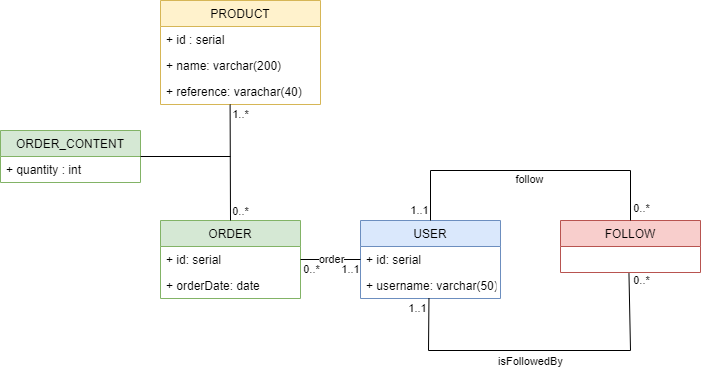
The draw.io diagram doc/sql/sql_db.drawio.png in KontainPluton/tp_nosql_vs_sql, before a commit. Source tidied: cells renumbered, new cells last; positions are measured from the earlier drawing's top-left corner, leaving out a move shared by most shapes. The source it was exported from:
```xml
<mxGraphModel>
  <root>
    <mxCell id="0" />
    <mxCell id="1" parent="0" />
    <mxCell id="2" value="USER" style="swimlane;fontStyle=0;horizontal=1;startSize=26;fillColor=#dae8fc;strokeColor=#6c8ebf;" parent="1" vertex="1">
      <mxGeometry x="360" y="220" width="140" height="78" as="geometry" />
    </mxCell>
    <mxCell id="3" value="+ id: serial" style="text;strokeColor=none;fillColor=none;align=left;verticalAlign=top;spacingLeft=4;spacingRight=4;overflow=hidden;points=[[0,0.5],[1,0.5]];portConstraint=eastwest;" parent="2" vertex="1">
      <mxGeometry y="26" width="140" height="26" as="geometry" />
    </mxCell>
    <mxCell id="4" value="+ username: varchar(50)" style="text;strokeColor=none;fillColor=none;align=left;verticalAlign=top;spacingLeft=4;spacingRight=4;overflow=hidden;points=[[0,0.5],[1,0.5]];portConstraint=eastwest;" parent="2" vertex="1">
      <mxGeometry y="52" width="140" height="26" as="geometry" />
    </mxCell>
    <mxCell id="5" value="FOLLOW" style="swimlane;fontStyle=0;horizontal=1;startSize=26;fillColor=#f8cecc;strokeColor=#b85450;" parent="1" vertex="1">
      <mxGeometry x="560" y="220" width="140" height="52" as="geometry" />
    </mxCell>
    <mxCell id="6" value="PRODUCT" style="swimlane;fontStyle=0;horizontal=1;startSize=26;fillColor=#fff2cc;strokeColor=#d6b656;" parent="1" vertex="1">
      <mxGeometry x="160" width="160" height="104" as="geometry" />
    </mxCell>
    <mxCell id="7" value="+ id : serial" style="text;strokeColor=none;fillColor=none;align=left;verticalAlign=top;spacingLeft=4;spacingRight=4;overflow=hidden;" parent="6" vertex="1">
      <mxGeometry y="26" width="160" height="26" as="geometry" />
    </mxCell>
    <mxCell id="8" value="+ name: varchar(200)" style="text;strokeColor=none;fillColor=none;align=left;verticalAlign=top;spacingLeft=4;spacingRight=4;overflow=hidden;" parent="6" vertex="1">
      <mxGeometry y="52" width="160" height="26" as="geometry" />
    </mxCell>
    <mxCell id="9" value="+ reference: varachar(40)" style="text;strokeColor=none;fillColor=none;align=left;verticalAlign=top;spacingLeft=4;spacingRight=4;overflow=hidden;points=[[0,0.5],[1,0.5]];portConstraint=eastwest;" parent="6" vertex="1">
      <mxGeometry y="78" width="160" height="26" as="geometry" />
    </mxCell>
    <mxCell id="10" value="ORDER" style="swimlane;fontStyle=0;horizontal=1;startSize=26;fillColor=#d5e8d4;strokeColor=#82b366;" parent="1" vertex="1">
      <mxGeometry x="160" y="220" width="140" height="78" as="geometry" />
    </mxCell>
    <mxCell id="11" value="+ id: serial" style="text;strokeColor=none;fillColor=none;align=left;verticalAlign=top;spacingLeft=4;spacingRight=4;overflow=hidden;points=[[0,0.5],[1,0.5]];portConstraint=eastwest;" parent="10" vertex="1">
      <mxGeometry y="26" width="140" height="26" as="geometry" />
    </mxCell>
    <mxCell id="12" value="+ orderDate: date" style="text;strokeColor=none;fillColor=none;align=left;verticalAlign=top;spacingLeft=4;spacingRight=4;overflow=hidden;" parent="10" vertex="1">
      <mxGeometry y="52" width="140" height="26" as="geometry" />
    </mxCell>
    <mxCell id="13" style="endArrow=none;html=1;rounded=0;entryX=0.5;entryY=0;entryDx=0;entryDy=0;exitX=0.5;exitY=0;exitDx=0;exitDy=0;" parent="1" edge="1" source="5" target="2">
      <mxGeometry relative="1" as="geometry">
        <Array as="points">
          <mxPoint x="630" y="170" />
          <mxPoint x="430" y="170" />
        </Array>
      </mxGeometry>
    </mxCell>
    <mxCell id="14" value="follow" style="edgeLabel;html=1;align=center;verticalAlign=middle;" parent="13" vertex="1">
      <mxGeometry x="-0.07" y="-2" relative="1" as="geometry">
        <mxPoint x="-12" y="10" as="offset" />
      </mxGeometry>
    </mxCell>
    <mxCell id="15" value="0..*" style="edgeLabel;html=1;align=center;verticalAlign=middle;" parent="13" vertex="1">
      <mxGeometry x="-0.91" y="-1" relative="1" as="geometry">
        <mxPoint x="9" as="offset" />
      </mxGeometry>
    </mxCell>
    <mxCell id="16" value="1..1" style="edgeLabel;html=1;align=center;verticalAlign=middle;" parent="13" vertex="1">
      <mxGeometry x="0.89" y="1" relative="1" as="geometry">
        <mxPoint x="-13" y="6" as="offset" />
      </mxGeometry>
    </mxCell>
    <mxCell id="17" style="endArrow=none;html=1;rounded=0;exitX=0.489;exitY=1.038;exitDx=0;exitDy=0;exitPerimeter=0;entryX=0.489;entryY=0.992;entryDx=0;entryDy=0;entryPerimeter=0;" parent="1" edge="1" target="4">
      <mxGeometry relative="1" as="geometry">
        <mxPoint x="628.5" y="273" as="sourcePoint" />
        <Array as="points">
          <mxPoint x="630" y="350" />
          <mxPoint x="428" y="350" />
        </Array>
      </mxGeometry>
    </mxCell>
    <mxCell id="18" value="isFollowedBy" style="edgeLabel;html=1;align=center;verticalAlign=middle;" parent="17" vertex="1">
      <mxGeometry x="-0.02" y="4" relative="1" as="geometry">
        <mxPoint x="-16" y="6" as="offset" />
      </mxGeometry>
    </mxCell>
    <mxCell id="19" value="0..*" style="edgeLabel;html=1;align=center;verticalAlign=middle;" parent="17" vertex="1">
      <mxGeometry x="-0.84" relative="1" as="geometry">
        <mxPoint x="12" y="-19" as="offset" />
      </mxGeometry>
    </mxCell>
    <mxCell id="20" value="1..1" style="edgeLabel;html=1;align=center;verticalAlign=middle;" parent="17" vertex="1">
      <mxGeometry x="0.9" y="-4" relative="1" as="geometry">
        <mxPoint x="-16" y="-7" as="offset" />
      </mxGeometry>
    </mxCell>
    <mxCell id="21" value="ORDER_CONTENT" style="swimlane;fontStyle=0;horizontal=1;startSize=26;fillColor=#d5e8d4;strokeColor=#82b366;" parent="1" vertex="1">
      <mxGeometry y="130" width="140" height="52" as="geometry" />
    </mxCell>
    <mxCell id="22" value="+ quantity : int" style="text;strokeColor=none;fillColor=none;align=left;verticalAlign=top;spacingLeft=4;spacingRight=4;overflow=hidden;" parent="21" vertex="1">
      <mxGeometry y="26" width="140" height="26" as="geometry" />
    </mxCell>
    <mxCell id="23" style="endArrow=none;html=1;rounded=0;exitX=0;exitY=0.5;exitDx=0;exitDy=0;entryX=1;entryY=0.5;entryDx=0;entryDy=0;" parent="1" edge="1" source="3" target="11">
      <mxGeometry relative="1" as="geometry" />
    </mxCell>
    <mxCell id="24" value="order" style="edgeLabel;html=1;align=center;verticalAlign=middle;" parent="23" vertex="1">
      <mxGeometry x="-0.19" relative="1" as="geometry">
        <mxPoint x="-6" y="-1" as="offset" />
      </mxGeometry>
    </mxCell>
    <mxCell id="25" value="0..*" style="edgeLabel;html=1;align=center;verticalAlign=middle;" parent="23" vertex="1">
      <mxGeometry x="0.61" relative="1" as="geometry">
        <mxPoint x="-2" y="9" as="offset" />
      </mxGeometry>
    </mxCell>
    <mxCell id="26" value="1..1" style="edgeLabel;html=1;align=center;verticalAlign=middle;" parent="23" vertex="1">
      <mxGeometry x="-0.6" relative="1" as="geometry">
        <mxPoint x="1" y="9" as="offset" />
      </mxGeometry>
    </mxCell>
    <mxCell id="27" style="endArrow=none;html=1;rounded=0;exitX=0.5;exitY=0;exitDx=0;exitDy=0;entryX=0.435;entryY=1;entryDx=0;entryDy=0;entryPerimeter=0;" parent="1" edge="1" source="10" target="9">
      <mxGeometry relative="1" as="geometry" />
    </mxCell>
    <mxCell id="28" value="1..*" style="edgeLabel;html=1;align=center;verticalAlign=middle;" parent="27" vertex="1">
      <mxGeometry x="0.74" y="-1" relative="1" as="geometry">
        <mxPoint x="9" y="-5" as="offset" />
      </mxGeometry>
    </mxCell>
    <mxCell id="29" value="0..*" style="edgeLabel;html=1;align=center;verticalAlign=middle;" parent="27" vertex="1">
      <mxGeometry x="-0.74" y="3" relative="1" as="geometry">
        <mxPoint x="13" y="5" as="offset" />
      </mxGeometry>
    </mxCell>
    <mxCell id="30" style="endArrow=none;html=1;rounded=0;exitX=1;exitY=0.5;exitDx=0;exitDy=0;" parent="1" edge="1" source="21">
      <mxGeometry relative="1" as="geometry">
        <mxPoint x="230" y="156" as="targetPoint" />
      </mxGeometry>
    </mxCell>
  </root>
</mxGraphModel>
```
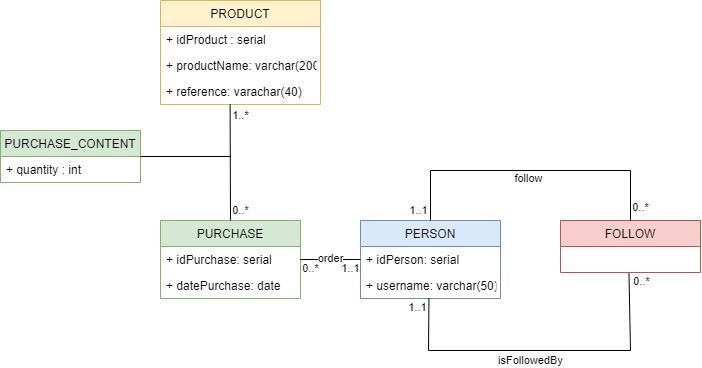
Above is the later version.

Commit message:
Update sql schema and add nosql schema

The edit, as a diff of the source:
```diff
@@ -2,10 +2,10 @@
   <root>
     <mxCell id="0" />
     <mxCell id="1" parent="0" />
-    <mxCell id="2" value="USER" style="swimlane;fontStyle=0;horizontal=1;startSize=26;fillColor=#dae8fc;strokeColor=#6c8ebf;" parent="1" vertex="1">
+    <mxCell id="2" value="PERSON" style="swimlane;fontStyle=0;horizontal=1;startSize=26;fillColor=#dae8fc;strokeColor=#6c8ebf;" parent="1" vertex="1">
       <mxGeometry x="360" y="220" width="140" height="78" as="geometry" />
     </mxCell>
-    <mxCell id="3" value="+ id: serial" style="text;strokeColor=none;fillColor=none;align=left;verticalAlign=top;spacingLeft=4;spacingRight=4;overflow=hidden;points=[[0,0.5],[1,0.5]];portConstraint=eastwest;" parent="2" vertex="1">
+    <mxCell id="3" value="+ idPerson: serial" style="text;strokeColor=none;fillColor=none;align=left;verticalAlign=top;spacingLeft=4;spacingRight=4;overflow=hidden;points=[[0,0.5],[1,0.5]];portConstraint=eastwest;" parent="2" vertex="1">
       <mxGeometry y="26" width="140" height="26" as="geometry" />
     </mxCell>
     <mxCell id="4" value="+ username: varchar(50)" style="text;strokeColor=none;fillColor=none;align=left;verticalAlign=top;spacingLeft=4;spacingRight=4;overflow=hidden;points=[[0,0.5],[1,0.5]];portConstraint=eastwest;" parent="2" vertex="1">
@@ -17,22 +17,22 @@
     <mxCell id="6" value="PRODUCT" style="swimlane;fontStyle=0;horizontal=1;startSize=26;fillColor=#fff2cc;strokeColor=#d6b656;" parent="1" vertex="1">
       <mxGeometry x="160" width="160" height="104" as="geometry" />
     </mxCell>
-    <mxCell id="7" value="+ id : serial" style="text;strokeColor=none;fillColor=none;align=left;verticalAlign=top;spacingLeft=4;spacingRight=4;overflow=hidden;" parent="6" vertex="1">
+    <mxCell id="7" value="+ idProduct : serial" style="text;strokeColor=none;fillColor=none;align=left;verticalAlign=top;spacingLeft=4;spacingRight=4;overflow=hidden;" parent="6" vertex="1">
       <mxGeometry y="26" width="160" height="26" as="geometry" />
     </mxCell>
-    <mxCell id="8" value="+ name: varchar(200)" style="text;strokeColor=none;fillColor=none;align=left;verticalAlign=top;spacingLeft=4;spacingRight=4;overflow=hidden;" parent="6" vertex="1">
+    <mxCell id="8" value="+ productName: varchar(200)" style="text;strokeColor=none;fillColor=none;align=left;verticalAlign=top;spacingLeft=4;spacingRight=4;overflow=hidden;" parent="6" vertex="1">
       <mxGeometry y="52" width="160" height="26" as="geometry" />
     </mxCell>
     <mxCell id="9" value="+ reference: varachar(40)" style="text;strokeColor=none;fillColor=none;align=left;verticalAlign=top;spacingLeft=4;spacingRight=4;overflow=hidden;points=[[0,0.5],[1,0.5]];portConstraint=eastwest;" parent="6" vertex="1">
       <mxGeometry y="78" width="160" height="26" as="geometry" />
     </mxCell>
-    <mxCell id="10" value="ORDER" style="swimlane;fontStyle=0;horizontal=1;startSize=26;fillColor=#d5e8d4;strokeColor=#82b366;" parent="1" vertex="1">
+    <mxCell id="10" value="PURCHASE" style="swimlane;fontStyle=0;horizontal=1;startSize=26;fillColor=#d5e8d4;strokeColor=#82b366;" parent="1" vertex="1">
       <mxGeometry x="160" y="220" width="140" height="78" as="geometry" />
     </mxCell>
-    <mxCell id="11" value="+ id: serial" style="text;strokeColor=none;fillColor=none;align=left;verticalAlign=top;spacingLeft=4;spacingRight=4;overflow=hidden;points=[[0,0.5],[1,0.5]];portConstraint=eastwest;" parent="10" vertex="1">
+    <mxCell id="11" value="+ idPurchase: serial" style="text;strokeColor=none;fillColor=none;align=left;verticalAlign=top;spacingLeft=4;spacingRight=4;overflow=hidden;points=[[0,0.5],[1,0.5]];portConstraint=eastwest;" parent="10" vertex="1">
       <mxGeometry y="26" width="140" height="26" as="geometry" />
     </mxCell>
-    <mxCell id="12" value="+ orderDate: date" style="text;strokeColor=none;fillColor=none;align=left;verticalAlign=top;spacingLeft=4;spacingRight=4;overflow=hidden;" parent="10" vertex="1">
+    <mxCell id="12" value="+ datePurchase: date" style="text;strokeColor=none;fillColor=none;align=left;verticalAlign=top;spacingLeft=4;spacingRight=4;overflow=hidden;" parent="10" vertex="1">
       <mxGeometry y="52" width="140" height="26" as="geometry" />
     </mxCell>
     <mxCell id="13" style="endArrow=none;html=1;rounded=0;entryX=0.5;entryY=0;entryDx=0;entryDy=0;exitX=0.5;exitY=0;exitDx=0;exitDy=0;" parent="1" edge="1" source="5" target="2">
@@ -82,7 +82,7 @@
         <mxPoint x="-16" y="-7" as="offset" />
       </mxGeometry>
     </mxCell>
-    <mxCell id="21" value="ORDER_CONTENT" style="swimlane;fontStyle=0;horizontal=1;startSize=26;fillColor=#d5e8d4;strokeColor=#82b366;" parent="1" vertex="1">
+    <mxCell id="21" value="PURCHASE_CONTENT" style="swimlane;fontStyle=0;horizontal=1;startSize=26;fillColor=#d5e8d4;strokeColor=#82b366;" parent="1" vertex="1">
       <mxGeometry y="130" width="140" height="52" as="geometry" />
     </mxCell>
     <mxCell id="22" value="+ quantity : int" style="text;strokeColor=none;fillColor=none;align=left;verticalAlign=top;spacingLeft=4;spacingRight=4;overflow=hidden;" parent="21" vertex="1">
```
